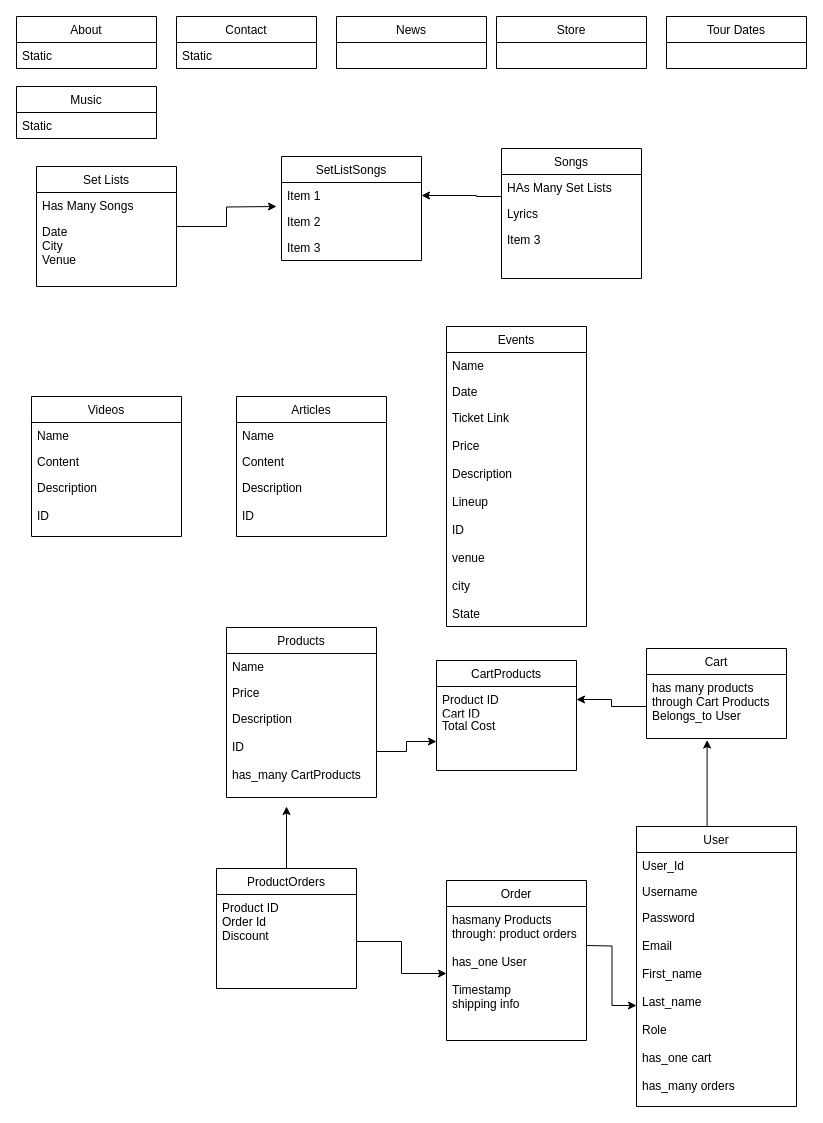
This is Plan.drawio from Zacharyflynn06/ee-backend, a draw.io file, before an edit. Source tidied: cells renumbered, new cells numbered last; positions are measured from the earlier drawing's top-left corner, leaving out a move shared by most shapes. Both pictures are drawn from the tidied source at 100%, with x=0, y=0 at pixel (16, 16).
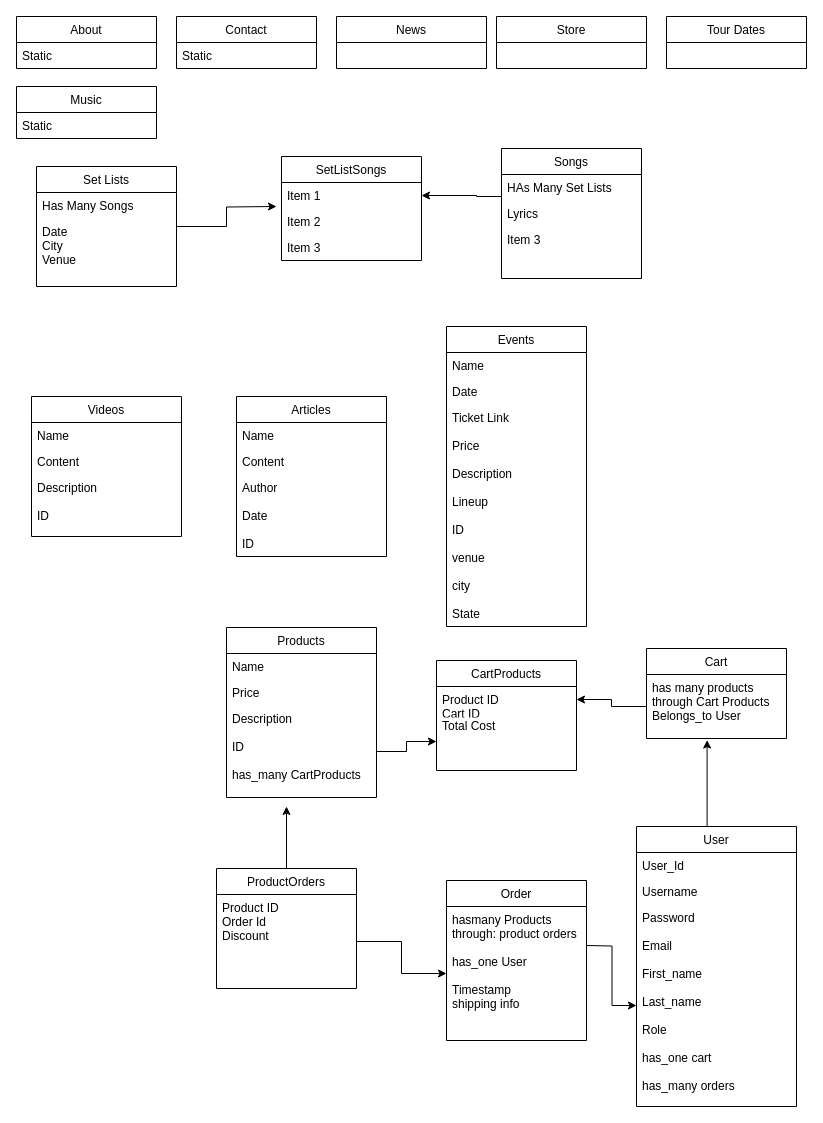
The same page after the edit.

Change to the diagram source:
```diff
@@
     <mxCell id="18" value="Articles" style="swimlane;fontStyle=0;horizontal=1;startSize=26;" parent="1" vertex="1">
-      <mxGeometry x="220" y="380" width="150" height="140" as="geometry" />
+      <mxGeometry x="220" y="380" width="150" height="160" as="geometry" />
     </mxCell>
@@
-    <mxCell id="21" value="Description&#10;&#10;ID" style="text;strokeColor=none;fillColor=none;align=left;verticalAlign=top;spacingLeft=4;spacingRight=4;overflow=hidden;" parent="18" vertex="1">
-      <mxGeometry y="78" width="150" height="62" as="geometry" />
+    <mxCell id="21" value="Author&#10;&#10;Date&#10;&#10;ID" style="text;strokeColor=none;fillColor=none;align=left;verticalAlign=top;spacingLeft=4;spacingRight=4;overflow=hidden;" parent="18" vertex="1">
+      <mxGeometry y="78" width="150" height="82" as="geometry" />
     </mxCell>
```
